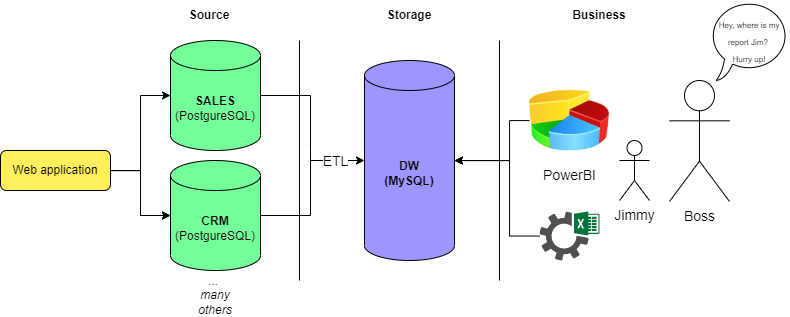
This is analytic_solutions/Analytics solution.png from alex97iv/content, a draw.io export, as it was before one commit. Source tidied: cells renumbered, new cells last; positions are measured from the earlier drawing's top-left corner, leaving out a move shared by most shapes. Its diagram source:
```xml
<mxGraphModel>
  <root>
    <mxCell id="0" />
    <mxCell id="1" parent="0" />
    <mxCell id="2" style="endArrow=none;html=1;rounded=0;" parent="1" edge="1">
      <mxGeometry relative="1" as="geometry">
        <mxPoint x="299" y="280" as="sourcePoint" />
        <mxPoint x="299" y="40" as="targetPoint" />
      </mxGeometry>
    </mxCell>
    <mxCell id="3" style="endArrow=none;html=1;rounded=0;" parent="1" edge="1">
      <mxGeometry relative="1" as="geometry">
        <mxPoint x="499" y="280" as="sourcePoint" />
        <mxPoint x="499" y="40" as="targetPoint" />
      </mxGeometry>
    </mxCell>
    <mxCell id="4" value="&lt;b&gt;Source&lt;/b&gt;" style="text;html=1;strokeColor=none;fillColor=none;align=center;verticalAlign=middle;whiteSpace=wrap;rounded=0;" parent="1" vertex="1">
      <mxGeometry x="179" width="60" height="30" as="geometry" />
    </mxCell>
    <mxCell id="5" value="&lt;b&gt;Storage&lt;/b&gt;" style="text;html=1;strokeColor=none;fillColor=none;align=center;verticalAlign=middle;whiteSpace=wrap;rounded=0;" parent="1" vertex="1">
      <mxGeometry x="379" width="60" height="30" as="geometry" />
    </mxCell>
    <mxCell id="6" value="&lt;b&gt;Business&lt;/b&gt;" style="text;html=1;strokeColor=none;fillColor=none;align=center;verticalAlign=middle;whiteSpace=wrap;rounded=0;" parent="1" vertex="1">
      <mxGeometry x="569" width="60" height="30" as="geometry" />
    </mxCell>
    <mxCell id="7" value="&lt;b&gt;SALES&lt;/b&gt;&lt;br&gt;(PostgureSQL)" style="shape=cylinder3;whiteSpace=wrap;html=1;boundedLbl=1;backgroundOutline=1;size=15;fillColor=#75FF9A;" parent="1" vertex="1">
      <mxGeometry x="170" y="40" width="90" height="110" as="geometry" />
    </mxCell>
    <mxCell id="8" style="edgeStyle=orthogonalEdgeStyle;rounded=0;jettySize=auto;html=1;" parent="1" edge="1" source="11" target="12">
      <mxGeometry relative="1" as="geometry" />
    </mxCell>
    <mxCell id="9" style="edgeStyle=orthogonalEdgeStyle;rounded=0;jettySize=auto;html=1;" parent="1" edge="1" source="11" target="12">
      <mxGeometry relative="1" as="geometry" />
    </mxCell>
    <mxCell id="10" style="edgeStyle=orthogonalEdgeStyle;rounded=0;jettySize=auto;html=1;exitX=1;exitY=0.5;exitDx=0;exitDy=0;" parent="1" edge="1" source="11" target="7">
      <mxGeometry relative="1" as="geometry" />
    </mxCell>
    <mxCell id="11" value="Web application" style="rounded=1;whiteSpace=wrap;html=1;fillColor=#FFEF5C;" parent="1" vertex="1">
      <mxGeometry y="150" width="110" height="40" as="geometry" />
    </mxCell>
    <mxCell id="12" value="&lt;b&gt;CRM&lt;/b&gt;&lt;br&gt;(PostgureSQL)" style="shape=cylinder3;whiteSpace=wrap;html=1;boundedLbl=1;backgroundOutline=1;size=15;fillColor=#75FF9A;" parent="1" vertex="1">
      <mxGeometry x="170" y="160" width="90" height="110" as="geometry" />
    </mxCell>
    <mxCell id="13" value="&lt;b&gt;DW&lt;br&gt;(MySQL)&lt;br&gt;&lt;/b&gt;" style="shape=cylinder3;whiteSpace=wrap;html=1;boundedLbl=1;backgroundOutline=1;size=15;fillColor=#9D96FF;" parent="1" vertex="1">
      <mxGeometry x="364" y="60" width="90" height="200" as="geometry" />
    </mxCell>
    <mxCell id="14" style="endArrow=none;html=1;rounded=0;entryX=1;entryY=0.5;entryDx=0;entryDy=0;entryPerimeter=0;exitX=1;exitY=0.5;exitDx=0;exitDy=0;exitPerimeter=0;" parent="1" edge="1" source="12" target="7">
      <mxGeometry relative="1" as="geometry">
        <Array as="points">
          <mxPoint x="310" y="215" />
          <mxPoint x="310" y="150" />
          <mxPoint x="310" y="95" />
        </Array>
      </mxGeometry>
    </mxCell>
    <mxCell id="15" style="endArrow=classic;html=1;rounded=0;entryX=0;entryY=0.5;entryDx=0;entryDy=0;entryPerimeter=0;" parent="1" edge="1" target="13">
      <mxGeometry relative="1" as="geometry">
        <mxPoint x="310" y="160" as="sourcePoint" />
      </mxGeometry>
    </mxCell>
    <mxCell id="16" value="&lt;font style=&quot;font-size: 14px&quot;&gt;ETL&lt;/font&gt;" style="edgeLabel;html=1;align=center;verticalAlign=middle;" parent="15" vertex="1">
      <mxGeometry x="-0.51" y="1" relative="1" as="geometry">
        <mxPoint x="11" y="1" as="offset" />
      </mxGeometry>
    </mxCell>
    <mxCell id="17" style="edgeStyle=orthogonalEdgeStyle;rounded=0;orthogonalLoop=1;jettySize=auto;html=1;exitX=0.5;exitY=1;exitDx=0;exitDy=0;" parent="1" edge="1">
      <mxGeometry relative="1" as="geometry">
        <mxPoint x="590" y="180" as="sourcePoint" />
        <mxPoint x="590" y="180" as="targetPoint" />
      </mxGeometry>
    </mxCell>
    <mxCell id="18" style="edgeStyle=orthogonalEdgeStyle;rounded=0;jettySize=auto;html=1;fontSize=14;" parent="1" edge="1" source="19" target="13">
      <mxGeometry relative="1" as="geometry">
        <Array as="points">
          <mxPoint x="509" y="236" />
          <mxPoint x="509" y="160" />
        </Array>
      </mxGeometry>
    </mxCell>
    <mxCell id="19" style="sketch=0;shadow=0;dashed=0;html=1;strokeColor=none;fillColor=#505050;labelPosition=center;verticalLabelPosition=bottom;verticalAlign=top;outlineConnect=0;align=center;shape=mxgraph.office.services.excel_services;" parent="1" vertex="1">
      <mxGeometry x="539" y="211" width="60" height="49" as="geometry" />
    </mxCell>
    <mxCell id="20" value="&lt;i&gt;... &lt;br&gt;many others&lt;/i&gt;" style="text;html=1;strokeColor=none;fillColor=none;align=center;verticalAlign=middle;whiteSpace=wrap;rounded=0;" parent="1" vertex="1">
      <mxGeometry x="185" y="280" width="60" height="30" as="geometry" />
    </mxCell>
    <mxCell id="21" value="Jimmy&lt;br&gt;" style="shape=umlActor;verticalLabelPosition=bottom;verticalAlign=top;html=1;fontSize=14;strokeColor=#000000;fillColor=#FFFFFF;" parent="1" vertex="1">
      <mxGeometry x="619" y="140" width="30" height="60" as="geometry" />
    </mxCell>
    <mxCell id="22" style="edgeStyle=orthogonalEdgeStyle;rounded=0;jettySize=auto;html=1;fontSize=14;" parent="1" edge="1" source="23" target="13">
      <mxGeometry relative="1" as="geometry">
        <Array as="points">
          <mxPoint x="509" y="120" />
          <mxPoint x="509" y="160" />
        </Array>
      </mxGeometry>
    </mxCell>
    <mxCell id="23" value="PowerBI" style="image;html=1;image=img/lib/clip_art/finance/Pie_Chart_128x128.png;fontSize=14;strokeColor=#000000;fillColor=#FFFFFF;" parent="1" vertex="1">
      <mxGeometry x="529" y="80" width="80" height="80" as="geometry" />
    </mxCell>
    <mxCell id="24" value="Boss" style="shape=umlActor;verticalLabelPosition=bottom;verticalAlign=top;html=1;fontSize=14;strokeColor=#000000;fillColor=#FFFFFF;" parent="1" vertex="1">
      <mxGeometry x="669" y="80" width="60" height="121" as="geometry" />
    </mxCell>
    <mxCell id="25" value="&lt;font style=&quot;font-size: 8px&quot;&gt;Hey, where is my report Jim? &lt;br&gt;Hurry up!&lt;/font&gt;" style="whiteSpace=wrap;html=1;shape=mxgraph.basic.oval_callout;fontSize=14;strokeColor=#000000;fillColor=#FFFFFF;" parent="1" vertex="1">
      <mxGeometry x="709" width="80" height="80" as="geometry" />
    </mxCell>
  </root>
</mxGraphModel>
```
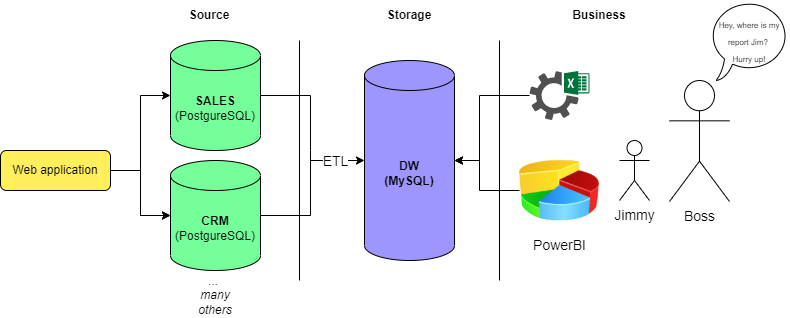
After the commit.

The edit, as a diff of the source:
```diff
@@ -69,16 +69,16 @@
         <mxPoint x="590" y="180" as="targetPoint" />
       </mxGeometry>
     </mxCell>
-    <mxCell id="18" style="edgeStyle=orthogonalEdgeStyle;rounded=0;jettySize=auto;html=1;fontSize=14;" parent="1" edge="1" source="19" target="13">
+    <mxCell id="18" style="edgeStyle=orthogonalEdgeStyle;rounded=0;jettySize=auto;html=1;fontSize=6;" parent="1" edge="1" source="19" target="13">
       <mxGeometry relative="1" as="geometry">
         <Array as="points">
-          <mxPoint x="509" y="236" />
-          <mxPoint x="509" y="160" />
+          <mxPoint x="479" y="95" />
+          <mxPoint x="479" y="160" />
         </Array>
       </mxGeometry>
     </mxCell>
     <mxCell id="19" style="sketch=0;shadow=0;dashed=0;html=1;strokeColor=none;fillColor=#505050;labelPosition=center;verticalLabelPosition=bottom;verticalAlign=top;outlineConnect=0;align=center;shape=mxgraph.office.services.excel_services;" parent="1" vertex="1">
-      <mxGeometry x="539" y="211" width="60" height="49" as="geometry" />
+      <mxGeometry x="529" y="70.5" width="60" height="49" as="geometry" />
     </mxCell>
     <mxCell id="20" value="&lt;i&gt;... &lt;br&gt;many others&lt;/i&gt;" style="text;html=1;strokeColor=none;fillColor=none;align=center;verticalAlign=middle;whiteSpace=wrap;rounded=0;" parent="1" vertex="1">
       <mxGeometry x="185" y="280" width="60" height="30" as="geometry" />
@@ -86,16 +86,16 @@
     <mxCell id="21" value="Jimmy&lt;br&gt;" style="shape=umlActor;verticalLabelPosition=bottom;verticalAlign=top;html=1;fontSize=14;strokeColor=#000000;fillColor=#FFFFFF;" parent="1" vertex="1">
       <mxGeometry x="619" y="140" width="30" height="60" as="geometry" />
     </mxCell>
-    <mxCell id="22" style="edgeStyle=orthogonalEdgeStyle;rounded=0;jettySize=auto;html=1;fontSize=14;" parent="1" edge="1" source="23" target="13">
+    <mxCell id="22" style="edgeStyle=orthogonalEdgeStyle;rounded=0;jettySize=auto;html=1;fontSize=6;exitX=0;exitY=0.5;exitDx=0;exitDy=0;" parent="1" edge="1" source="23" target="13">
       <mxGeometry relative="1" as="geometry">
         <Array as="points">
-          <mxPoint x="509" y="120" />
-          <mxPoint x="509" y="160" />
+          <mxPoint x="479" y="190" />
+          <mxPoint x="479" y="160" />
         </Array>
       </mxGeometry>
     </mxCell>
     <mxCell id="23" value="PowerBI" style="image;html=1;image=img/lib/clip_art/finance/Pie_Chart_128x128.png;fontSize=14;strokeColor=#000000;fillColor=#FFFFFF;" parent="1" vertex="1">
-      <mxGeometry x="529" y="80" width="80" height="80" as="geometry" />
+      <mxGeometry x="519" y="150" width="80" height="80" as="geometry" />
     </mxCell>
     <mxCell id="24" value="Boss" style="shape=umlActor;verticalLabelPosition=bottom;verticalAlign=top;html=1;fontSize=14;strokeColor=#000000;fillColor=#FFFFFF;" parent="1" vertex="1">
       <mxGeometry x="669" y="80" width="60" height="121" as="geometry" />
```
